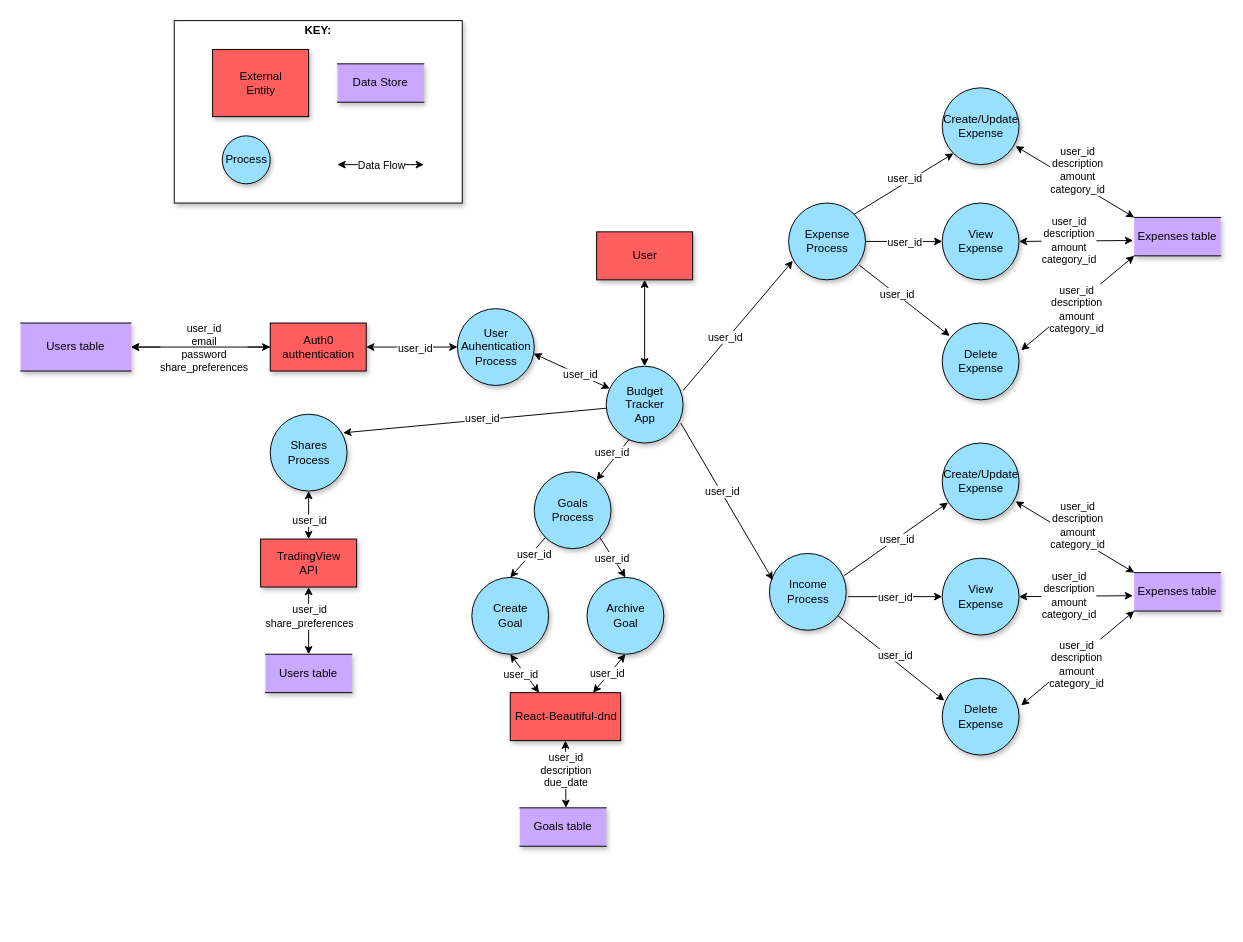
The draw.io diagram docs/Data Flow Diagram.drawio in derricklai33/T3A2-Budget-Tracker, before the edit. Source tidied: cells renumbered, new cells numbered last; positions are measured from the earlier drawing's top-left corner, leaving out a move shared by most shapes. Both pictures are drawn from the tidied source at 96%, with x=0, y=0 at pixel (20, 20).
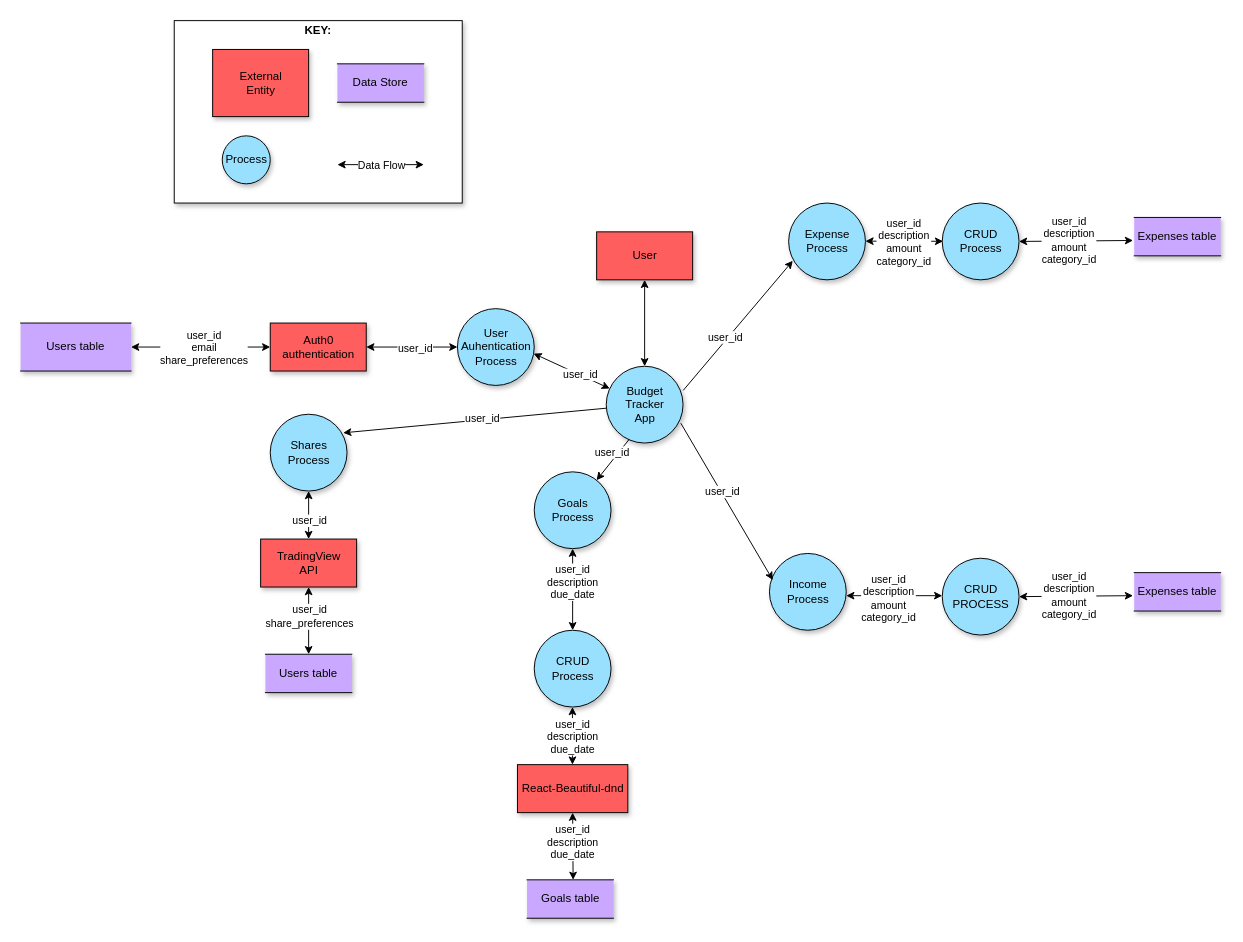
The same diagram, later.

Unchanged cells that the change refers to:
```xml
<mxCell id="6" value="Users table" style="shape=partialRectangle;whiteSpace=wrap;html=1;left=0;right=0;fillColor=#CBA8FF;shadow=1;" parent="1" vertex="1">
  <mxGeometry y="315" width="115" height="50" as="geometry" />
</mxCell>
<mxCell id="13" value="Auth0 &lt;br&gt;authentication" style="html=1;dashed=0;whitespace=wrap;shadow=1;fillColor=#FF5E5E;" parent="1" vertex="1">
  <mxGeometry x="260" y="315" width="100" height="50" as="geometry" />
</mxCell>
<mxCell id="14" value="Expense&lt;br&gt;Process" style="shape=ellipse;html=1;dashed=0;whitespace=wrap;perimeter=ellipsePerimeter;fillColor=#99E0FF;shadow=1;" parent="1" vertex="1">
  <mxGeometry x="800" y="190" width="80" height="80" as="geometry" />
</mxCell>
<mxCell id="15" value="Income&lt;br&gt;Process" style="shape=ellipse;html=1;dashed=0;whitespace=wrap;perimeter=ellipsePerimeter;fillColor=#99E0FF;shadow=1;" parent="1" vertex="1">
  <mxGeometry x="780" y="555" width="80" height="80" as="geometry" />
</mxCell>
<mxCell id="37" value="Expenses table" style="shape=partialRectangle;whiteSpace=wrap;html=1;left=0;right=0;fillColor=#CBA8FF;shadow=1;" parent="1" vertex="1">
  <mxGeometry x="1160" y="205" width="90" height="40" as="geometry" />
</mxCell>
<mxCell id="53" value="Expenses table" style="shape=partialRectangle;whiteSpace=wrap;html=1;left=0;right=0;fillColor=#CBA8FF;shadow=1;" parent="1" vertex="1">
  <mxGeometry x="1160" y="575" width="90" height="40" as="geometry" />
</mxCell>
<mxCell id="69" value="Goals&lt;br&gt;Process" style="shape=ellipse;html=1;dashed=0;whitespace=wrap;perimeter=ellipsePerimeter;fillColor=#99E0FF;shadow=1;" parent="1" vertex="1">
  <mxGeometry x="535" y="470" width="80" height="80" as="geometry" />
</mxCell>
```

Change to the diagram source:
```diff
@@
-    <mxCell id="10" style="endArrow=classic;startArrow=classic;html=1;exitX=1;exitY=0.5;exitDx=0;exitDy=0;entryX=0;entryY=0.5;entryDx=0;entryDy=0;" parent="1" edge="1" source="6" target="13">
+    <mxCell id="10" style="endArrow=classic;startArrow=classic;html=1;entryX=0;entryY=0.5;entryDx=0;entryDy=0;" parent="1" edge="1" source="6" target="13">
       <mxGeometry relative="1" as="geometry" />
     </mxCell>
-    <mxCell id="11" value="user_id&lt;br&gt;email&lt;br&gt;password&lt;br&gt;share_preferences" style="edgeLabel;html=1;align=center;verticalAlign=middle;" parent="10" vertex="1">
+    <mxCell id="11" value="user_id&lt;br&gt;email&lt;br&gt;share_preferences" style="edgeLabel;html=1;align=center;verticalAlign=middle;" parent="10" vertex="1">
       <mxGeometry x="0.43" relative="1" as="geometry">
         <mxPoint x="-28.6" as="offset" />
       </mxGeometry>
     </mxCell>
-    <mxCell id="12" style="edgeStyle=orthogonalEdgeStyle;rounded=0;jettySize=auto;html=1;" parent="1" edge="1" source="13" target="6">
-      <mxGeometry relative="1" as="geometry" />
-    </mxCell>
@@
-    <mxCell id="38" value="Create/Update&lt;br&gt;Expense" style="shape=ellipse;html=1;dashed=0;whitespace=wrap;perimeter=ellipsePerimeter;fillColor=#99E0FF;shadow=1;" parent="1" vertex="1">
-      <mxGeometry x="960" y="70" width="80" height="80" as="geometry" />
-    </mxCell>
-    <mxCell id="39" value="View&lt;br&gt;Expense" style="shape=ellipse;html=1;dashed=0;whitespace=wrap;perimeter=ellipsePerimeter;fillColor=#99E0FF;shadow=1;" parent="1" vertex="1">
+    <mxCell id="39" value="CRUD&lt;br&gt;Process" style="shape=ellipse;html=1;dashed=0;whitespace=wrap;perimeter=ellipsePerimeter;fillColor=#99E0FF;shadow=1;" parent="1" vertex="1">
       <mxGeometry x="960" y="190" width="80" height="80" as="geometry" />
     </mxCell>
-    <mxCell id="40" value="Delete&lt;br&gt;Expense" style="shape=ellipse;html=1;dashed=0;whitespace=wrap;perimeter=ellipsePerimeter;fillColor=#99E0FF;shadow=1;" parent="1" vertex="1">
-      <mxGeometry x="960" y="315" width="80" height="80" as="geometry" />
-    </mxCell>
-    <mxCell id="41" style="endArrow=classic;html=1;exitX=1;exitY=0;exitDx=0;exitDy=0;entryX=0;entryY=1;entryDx=0;entryDy=0;" parent="1" edge="1" source="14" target="38">
-      <mxGeometry relative="1" as="geometry" />
-    </mxCell>
-    <mxCell id="42" value="user_id" style="edgeLabel;html=1;align=center;verticalAlign=middle;" parent="41" vertex="1">
-      <mxGeometry x="0.4" y="1" relative="1" as="geometry">
-        <mxPoint x="-19.9" y="8.3" as="offset" />
-      </mxGeometry>
-    </mxCell>
-    <mxCell id="43" style="endArrow=classic;html=1;exitX=1;exitY=0.5;exitDx=0;exitDy=0;entryX=0;entryY=0.5;entryDx=0;entryDy=0;" parent="1" edge="1" source="14" target="39">
-      <mxGeometry relative="1" as="geometry" />
-    </mxCell>
-    <mxCell id="44" value="user_id" style="edgeLabel;html=1;align=center;verticalAlign=middle;" parent="43" vertex="1">
-      <mxGeometry x="-0.16" y="-2" relative="1" as="geometry">
-        <mxPoint x="6.3" y="-2" as="offset" />
-      </mxGeometry>
-    </mxCell>
-    <mxCell id="45" style="endArrow=classic;html=1;exitX=0.92;exitY=0.809;exitDx=0;exitDy=0;exitPerimeter=0;entryX=0.098;entryY=0.168;entryDx=0;entryDy=0;entryPerimeter=0;" parent="1" edge="1" source="14" target="40">
-      <mxGeometry relative="1" as="geometry" />
-    </mxCell>
-    <mxCell id="46" value="user_id" style="edgeLabel;html=1;align=center;verticalAlign=middle;" parent="45" vertex="1">
-      <mxGeometry x="-0.18" y="1" relative="1" as="geometry" />
-    </mxCell>
-    <mxCell id="47" style="endArrow=classic;startArrow=classic;html=1;exitX=0.955;exitY=0.759;exitDx=0;exitDy=0;exitPerimeter=0;entryX=0;entryY=0;entryDx=0;entryDy=0;" parent="1" edge="1" source="38" target="37">
-      <mxGeometry relative="1" as="geometry" />
-    </mxCell>
-    <mxCell id="48" value="user_id&lt;br&gt;description&lt;br&gt;amount&lt;br&gt;category_id" style="edgeLabel;html=1;align=center;verticalAlign=middle;" parent="47" vertex="1">
-      <mxGeometry x="-0.44" y="2" relative="1" as="geometry">
-        <mxPoint x="28.3" y="5.4" as="offset" />
-      </mxGeometry>
-    </mxCell>
@@
-    <mxCell id="51" style="endArrow=classic;startArrow=classic;html=1;exitX=1.027;exitY=0.354;exitDx=0;exitDy=0;exitPerimeter=0;entryX=0;entryY=1;entryDx=0;entryDy=0;" parent="1" edge="1" source="40" target="37">
-      <mxGeometry relative="1" as="geometry" />
-    </mxCell>
-    <mxCell id="52" value="user_id&lt;br&gt;description&lt;br&gt;amount&lt;br&gt;category_id" style="edgeLabel;html=1;align=center;verticalAlign=middle;" parent="51" vertex="1">
-      <mxGeometry x="-0.36" y="-1" relative="1" as="geometry">
-        <mxPoint x="19.5" y="-12.6" as="offset" />
-      </mxGeometry>
-    </mxCell>
@@
-    <mxCell id="54" value="Create/Update&lt;br&gt;Expense" style="shape=ellipse;html=1;dashed=0;whitespace=wrap;perimeter=ellipsePerimeter;fillColor=#99E0FF;shadow=1;" parent="1" vertex="1">
-      <mxGeometry x="960" y="440" width="80" height="80" as="geometry" />
-    </mxCell>
-    <mxCell id="55" value="View&lt;br&gt;Expense" style="shape=ellipse;html=1;dashed=0;whitespace=wrap;perimeter=ellipsePerimeter;fillColor=#99E0FF;shadow=1;" parent="1" vertex="1">
+    <mxCell id="55" value="CRUD&lt;br&gt;PROCESS" style="shape=ellipse;html=1;dashed=0;whitespace=wrap;perimeter=ellipsePerimeter;fillColor=#99E0FF;shadow=1;" parent="1" vertex="1">
       <mxGeometry x="960" y="560" width="80" height="80" as="geometry" />
     </mxCell>
-    <mxCell id="56" value="Delete&lt;br&gt;Expense" style="shape=ellipse;html=1;dashed=0;whitespace=wrap;perimeter=ellipsePerimeter;fillColor=#99E0FF;shadow=1;" parent="1" vertex="1">
-      <mxGeometry x="960" y="685" width="80" height="80" as="geometry" />
-    </mxCell>
-    <mxCell id="57" style="endArrow=classic;startArrow=classic;html=1;exitX=0.955;exitY=0.759;exitDx=0;exitDy=0;exitPerimeter=0;entryX=0;entryY=0;entryDx=0;entryDy=0;" parent="1" edge="1" source="54" target="53">
-      <mxGeometry relative="1" as="geometry" />
-    </mxCell>
-    <mxCell id="58" value="user_id&lt;br&gt;description&lt;br&gt;amount&lt;br&gt;category_id" style="edgeLabel;html=1;align=center;verticalAlign=middle;" parent="57" vertex="1">
-      <mxGeometry x="-0.44" y="2" relative="1" as="geometry">
-        <mxPoint x="28.3" y="5.4" as="offset" />
-      </mxGeometry>
-    </mxCell>
@@
-    <mxCell id="61" style="endArrow=classic;startArrow=classic;html=1;exitX=1.027;exitY=0.354;exitDx=0;exitDy=0;exitPerimeter=0;entryX=0;entryY=1;entryDx=0;entryDy=0;" parent="1" edge="1" source="56" target="53">
-      <mxGeometry relative="1" as="geometry" />
-    </mxCell>
-    <mxCell id="62" value="user_id&lt;br&gt;description&lt;br&gt;amount&lt;br&gt;category_id" style="edgeLabel;html=1;align=center;verticalAlign=middle;" parent="61" vertex="1">
-      <mxGeometry x="-0.36" y="-1" relative="1" as="geometry">
-        <mxPoint x="19.5" y="-12.6" as="offset" />
-      </mxGeometry>
-    </mxCell>
-    <mxCell id="63" style="endArrow=classic;html=1;entryX=0.075;entryY=0.775;entryDx=0;entryDy=0;entryPerimeter=0;exitX=0.975;exitY=0.288;exitDx=0;exitDy=0;exitPerimeter=0;" parent="1" edge="1" source="15" target="54">
-      <mxGeometry relative="1" as="geometry" />
-    </mxCell>
-    <mxCell id="64" value="user_id" style="edgeLabel;html=1;align=center;verticalAlign=middle;" parent="63" vertex="1">
-      <mxGeometry x="0.23" y="-1" relative="1" as="geometry">
-        <mxPoint x="-12" y="7.8" as="offset" />
-      </mxGeometry>
-    </mxCell>
-    <mxCell id="65" style="endArrow=classic;html=1;entryX=0;entryY=0.5;entryDx=0;entryDy=0;" parent="1" edge="1" target="55">
-      <mxGeometry relative="1" as="geometry">
-        <mxPoint x="862" y="600" as="sourcePoint" />
-      </mxGeometry>
-    </mxCell>
-    <mxCell id="66" value="user_id" style="edgeLabel;html=1;align=center;verticalAlign=middle;" parent="65" vertex="1">
-      <mxGeometry x="-0.31" relative="1" as="geometry">
-        <mxPoint x="14.1" as="offset" />
-      </mxGeometry>
-    </mxCell>
-    <mxCell id="67" style="endArrow=classic;html=1;entryX=0.027;entryY=0.291;entryDx=0;entryDy=0;entryPerimeter=0;" parent="1" edge="1" source="15" target="56">
-      <mxGeometry relative="1" as="geometry" />
-    </mxCell>
-    <mxCell id="68" value="user_id" style="edgeLabel;html=1;align=center;verticalAlign=middle;" parent="67" vertex="1">
-      <mxGeometry x="0.11" relative="1" as="geometry">
-        <mxPoint x="-2.7" y="-8.9" as="offset" />
-      </mxGeometry>
-    </mxCell>
@@
-    <mxCell id="70" value="Create&lt;br&gt;Goal" style="shape=ellipse;html=1;dashed=0;whitespace=wrap;perimeter=ellipsePerimeter;fillColor=#99E0FF;shadow=1;" parent="1" vertex="1">
-      <mxGeometry x="470" y="580" width="80" height="80" as="geometry" />
+    <mxCell id="70" value="CRUD&lt;br&gt;Process" style="shape=ellipse;html=1;dashed=0;whitespace=wrap;perimeter=ellipsePerimeter;fillColor=#99E0FF;shadow=1;" parent="1" vertex="1">
+      <mxGeometry x="535" y="635" width="80" height="80" as="geometry" />
     </mxCell>
-    <mxCell id="71" value="Archive&lt;br&gt;Goal" style="shape=ellipse;html=1;dashed=0;whitespace=wrap;perimeter=ellipsePerimeter;fillColor=#99E0FF;shadow=1;" parent="1" vertex="1">
-      <mxGeometry x="590" y="580" width="80" height="80" as="geometry" />
-    </mxCell>
     <mxCell id="72" value="React-Beautiful-dnd" style="html=1;dashed=0;whitespace=wrap;shadow=1;fillColor=#FF5E5E;" parent="1" vertex="1">
-      <mxGeometry x="510" y="700" width="115" height="50" as="geometry" />
+      <mxGeometry x="517.5" y="775" width="115" height="50" as="geometry" />
     </mxCell>
     <mxCell id="73" value="Goals&amp;nbsp;table" style="shape=partialRectangle;whiteSpace=wrap;html=1;left=0;right=0;fillColor=#CBA8FF;shadow=1;" parent="1" vertex="1">
-      <mxGeometry x="520" y="820" width="90" height="40" as="geometry" />
+      <mxGeometry x="527.5" y="895" width="90" height="40" as="geometry" />
     </mxCell>
-    <mxCell id="74" style="endArrow=classic;startArrow=classic;html=1;entryX=0.5;entryY=1;entryDx=0;entryDy=0;" parent="1" edge="1" target="70">
+    <mxCell id="74" style="endArrow=classic;startArrow=classic;html=1;entryX=0.5;entryY=1;entryDx=0;entryDy=0;exitX=0.5;exitY=0;exitDx=0;exitDy=0;" parent="1" edge="1">
       <mxGeometry relative="1" as="geometry">
-        <mxPoint x="540" y="700" as="sourcePoint" />
+        <mxPoint x="574.8" y="775" as="sourcePoint" />
+        <mxPoint x="574.8" y="715" as="targetPoint" />
       </mxGeometry>
     </mxCell>
-    <mxCell id="75" value="user_id" style="edgeLabel;html=1;align=center;verticalAlign=middle;" parent="74" vertex="1">
+    <mxCell id="75" value="user_id&lt;br&gt;description&lt;br&gt;due_date" style="edgeLabel;html=1;align=center;verticalAlign=middle;" parent="74" vertex="1">
       <mxGeometry x="0.37" relative="1" as="geometry">
-        <mxPoint x="0.7" y="7.6" as="offset" />
+        <mxPoint y="11.3" as="offset" />
       </mxGeometry>
     </mxCell>
-    <mxCell id="76" style="endArrow=classic;startArrow=classic;html=1;entryX=0.5;entryY=1;entryDx=0;entryDy=0;exitX=0.75;exitY=0;exitDx=0;exitDy=0;" parent="1" edge="1" source="72" target="71">
-      <mxGeometry relative="1" as="geometry" />
-    </mxCell>
-    <mxCell id="77" value="user_id" style="edgeLabel;html=1;align=center;verticalAlign=middle;" parent="76" vertex="1">
-      <mxGeometry x="-0.36" relative="1" as="geometry">
-        <mxPoint x="3.1" y="-7.3" as="offset" />
-      </mxGeometry>
-    </mxCell>
-    <mxCell id="78" style="endArrow=classic;html=1;exitX=0;exitY=1;exitDx=0;exitDy=0;entryX=0.5;entryY=0;entryDx=0;entryDy=0;" parent="1" edge="1" source="69" target="70">
-      <mxGeometry relative="1" as="geometry" />
-    </mxCell>
-    <mxCell id="79" value="user_id" style="edgeLabel;html=1;align=center;verticalAlign=middle;" parent="78" vertex="1">
-      <mxGeometry x="-0.67" relative="1" as="geometry">
-        <mxPoint x="-5.8" y="10" as="offset" />
-      </mxGeometry>
-    </mxCell>
-    <mxCell id="80" style="endArrow=classic;html=1;exitX=1;exitY=1;exitDx=0;exitDy=0;entryX=0.5;entryY=0;entryDx=0;entryDy=0;" parent="1" edge="1" source="69" target="71">
-      <mxGeometry relative="1" as="geometry" />
-    </mxCell>
-    <mxCell id="81" value="user_id" style="edgeLabel;html=1;align=center;verticalAlign=middle;" parent="80" vertex="1">
-      <mxGeometry x="-0.55" y="2" relative="1" as="geometry">
-        <mxPoint x="4.1" y="13.5" as="offset" />
-      </mxGeometry>
-    </mxCell>
     <mxCell id="82" style="endArrow=classic;startArrow=classic;html=1;entryX=0.5;entryY=1;entryDx=0;entryDy=0;" parent="1" edge="1" target="72">
       <mxGeometry relative="1" as="geometry">
-        <mxPoint x="568" y="820" as="sourcePoint" />
+        <mxPoint x="575.5" y="895" as="sourcePoint" />
       </mxGeometry>
     </mxCell>
@@
+    <mxCell id="86" style="endArrow=classic;startArrow=classic;html=1;" parent="1" edge="1">
+      <mxGeometry relative="1" as="geometry">
+        <mxPoint x="860" y="599" as="sourcePoint" />
+        <mxPoint x="960" y="599" as="targetPoint" />
+      </mxGeometry>
+    </mxCell>
+    <mxCell id="87" value="user_id&lt;br&gt;description&lt;br&gt;amount&lt;br&gt;category_id" style="edgeLabel;html=1;align=center;verticalAlign=middle;" parent="86" vertex="1">
+      <mxGeometry x="-0.14" y="-2" relative="1" as="geometry" />
+    </mxCell>
+    <mxCell id="88" style="endArrow=classic;startArrow=classic;html=1;entryX=0.011;entryY=0.498;entryDx=0;entryDy=0;entryPerimeter=0;" parent="1" edge="1" target="39">
+      <mxGeometry relative="1" as="geometry">
+        <mxPoint x="880" y="229.7" as="sourcePoint" />
+      </mxGeometry>
+    </mxCell>
+    <mxCell id="89" value="user_id&lt;br&gt;description&lt;br&gt;amount&lt;br&gt;category_id" style="edgeLabel;html=1;align=center;verticalAlign=middle;" parent="88" vertex="1">
+      <mxGeometry x="-0.14" y="-2" relative="1" as="geometry">
+        <mxPoint x="5" y="-1.7" as="offset" />
+      </mxGeometry>
+    </mxCell>
+    <mxCell id="90" style="endArrow=classic;startArrow=classic;html=1;entryX=0.5;entryY=1;entryDx=0;entryDy=0;exitX=0.5;exitY=0;exitDx=0;exitDy=0;" parent="1" edge="1" source="70" target="69">
+      <mxGeometry relative="1" as="geometry" />
+    </mxCell>
+    <mxCell id="91" value="user_id&lt;br&gt;description&lt;br&gt;due_date" style="edgeLabel;html=1;align=center;verticalAlign=middle;" parent="90" vertex="1">
+      <mxGeometry x="0.2" y="1" relative="1" as="geometry" />
+    </mxCell>
```
